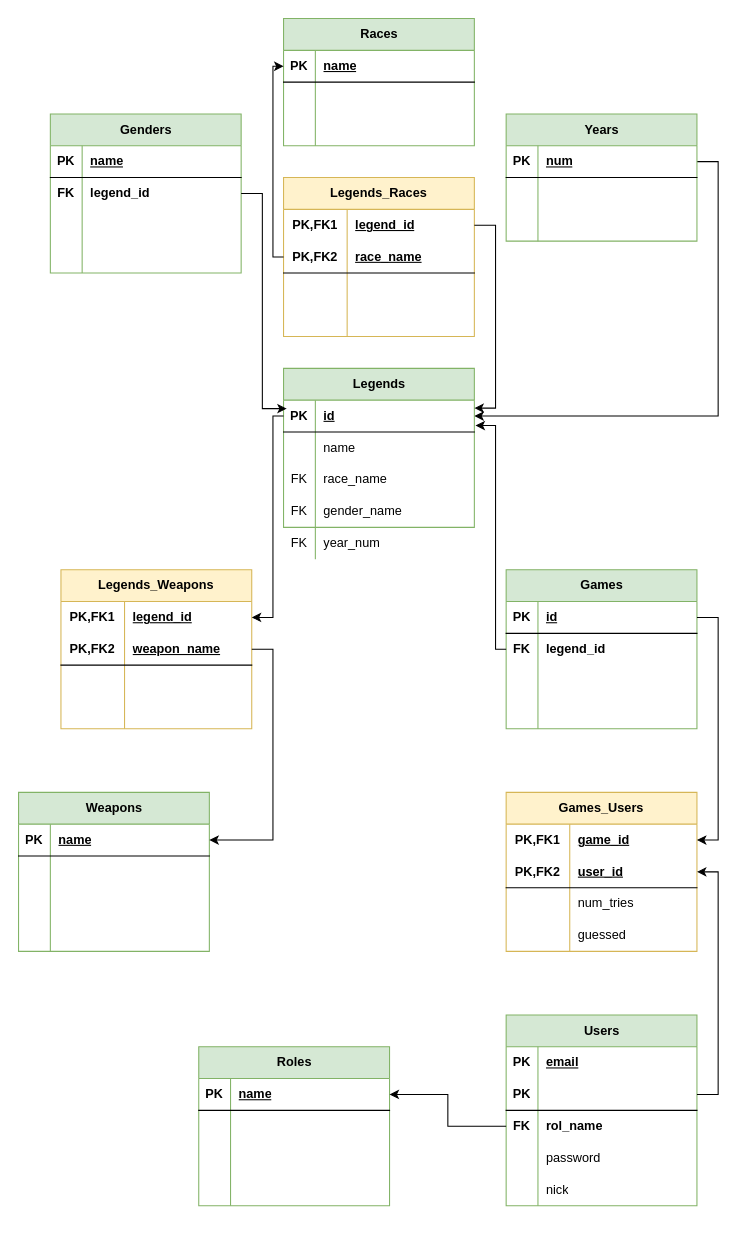
The draw.io diagram SQL/Diagram/Relational-Model.drawio in Angel-L-G/Brawdle, before the edit. Source tidied: cells renumbered, new cells numbered last; positions are measured from the earlier drawing's top-left corner, leaving out a move shared by most shapes. Both pictures are drawn from the tidied source at 106%, with x=0, y=0 at pixel (18, 18).
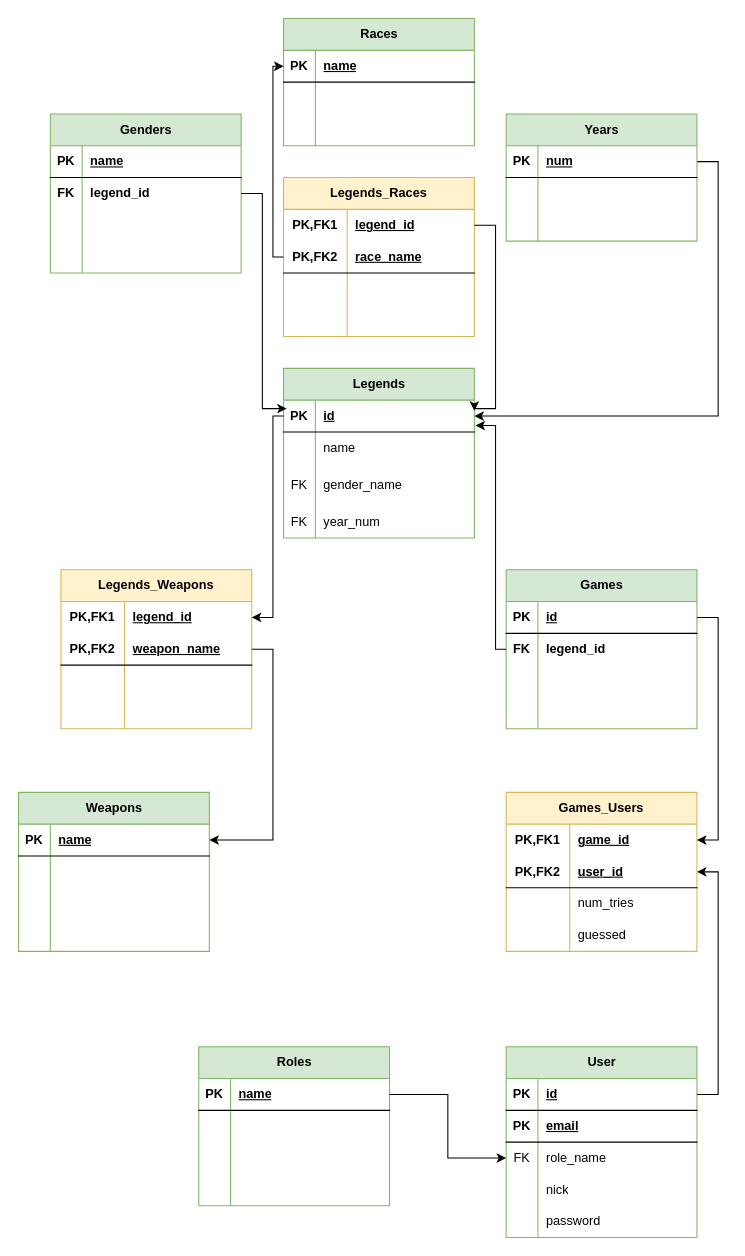
Above is the later version.

Commit message:
fix: fixed something weird that was happening to the diagram #4

Unchanged cells that the change refers to:
```xml
<mxCell id="98" style="shape=tableRow;horizontal=0;startSize=0;swimlaneHead=0;swimlaneBody=0;fillColor=none;points=[[0,0.5],[1,0.5]];portConstraint=eastwest;top=0;left=0;right=0;bottom=1;html=1;" parent="94" vertex="1">
  <mxGeometry y="60" width="180" height="30" as="geometry" />
</mxCell>
<mxCell id="125" style="shape=tableRow;horizontal=0;startSize=0;swimlaneHead=0;swimlaneBody=0;fillColor=none;points=[[0,0.5],[1,0.5]];portConstraint=eastwest;top=0;left=0;right=0;bottom=1;" parent="124" vertex="1">
  <mxGeometry y="30" width="180" height="30" as="geometry" />
</mxCell>
```

What changed in the source:
```diff
@@
     <mxCell id="49" value="Legends" style="shape=table;startSize=30;childLayout=tableLayout;rowLines=0;fontStyle=1;align=center;html=1;fillColor=#d5e8d4;strokeColor=#82b366;" parent="1" vertex="1">
-      <mxGeometry x="250" y="330" width="180" height="150" as="geometry" />
+      <mxGeometry x="250" y="330" width="180" height="160" as="geometry" />
     </mxCell>
@@
-    <mxCell id="56" style="shape=tableRow;horizontal=0;startSize=0;swimlaneHead=0;swimlaneBody=0;fillColor=none;top=0;left=0;right=0;bottom=0;" parent="49" vertex="1">
-      <mxGeometry y="90" width="180" height="30" as="geometry" />
-    </mxCell>
-    <mxCell id="57" value="FK" style="shape=partialRectangle;fillColor=none;top=0;left=0;bottom=0;right=0;overflow=hidden;whiteSpace=wrap;html=1;" parent="56" vertex="1">
-      <mxGeometry width="30" height="30" as="geometry" />
-    </mxCell>
-    <mxCell id="58" value="race_name" style="shape=partialRectangle;fillColor=none;top=0;left=0;bottom=0;right=0;align=left;spacingLeft=6;overflow=hidden;whiteSpace=wrap;html=1;" parent="56" vertex="1">
-      <mxGeometry x="30" width="150" height="30" as="geometry" />
-    </mxCell>
     <mxCell id="59" style="shape=tableRow;horizontal=0;startSize=0;swimlaneHead=0;swimlaneBody=0;fillColor=none;top=0;left=0;right=0;bottom=0;" parent="49" vertex="1">
-      <mxGeometry y="120" width="180" height="30" as="geometry" />
+      <mxGeometry y="90" width="180" height="40" as="geometry" />
     </mxCell>
     <mxCell id="60" value="FK" style="shape=partialRectangle;fillColor=none;top=0;left=0;bottom=0;right=0;overflow=hidden;whiteSpace=wrap;html=1;" parent="59" vertex="1">
-      <mxGeometry width="30" height="30" as="geometry" />
+      <mxGeometry width="30" height="40" as="geometry" />
     </mxCell>
     <mxCell id="61" value="gender_name" style="shape=partialRectangle;fillColor=none;top=0;left=0;bottom=0;right=0;align=left;spacingLeft=6;overflow=hidden;whiteSpace=wrap;html=1;" parent="59" vertex="1">
-      <mxGeometry x="30" width="150" height="30" as="geometry" />
+      <mxGeometry x="30" width="150" height="40" as="geometry" />
     </mxCell>
     <mxCell id="62" style="shape=tableRow;horizontal=0;startSize=0;swimlaneHead=0;swimlaneBody=0;fillColor=none;top=0;left=0;right=0;bottom=0;" parent="49" vertex="1">
-      <mxGeometry y="150" width="180" height="30" as="geometry" />
+      <mxGeometry y="130" width="180" height="30" as="geometry" />
     </mxCell>
@@
-    <mxCell id="108" value="Users" style="shape=table;startSize=30;childLayout=tableLayout;rowLines=0;fontStyle=1;align=center;html=1;fillColor=#d5e8d4;strokeColor=#82b366;" parent="1" vertex="1">
-      <mxGeometry x="460" y="940" width="180" height="180" as="geometry" />
-    </mxCell>
-    <mxCell id="109" style="shape=tableRow;horizontal=0;startSize=0;swimlaneHead=0;swimlaneBody=0;fillColor=none;top=0;left=0;right=0;bottom=0;" parent="108" vertex="1">
-      <mxGeometry y="30" width="180" height="30" as="geometry" />
-    </mxCell>
-    <mxCell id="110" value="&lt;b&gt;PK&lt;/b&gt;" style="shape=partialRectangle;fillColor=none;top=0;left=0;bottom=0;right=0;overflow=hidden;whiteSpace=wrap;html=1;" parent="109" vertex="1">
-      <mxGeometry width="30" height="30" as="geometry" />
-    </mxCell>
-    <mxCell id="111" value="&lt;b&gt;&lt;u&gt;email&lt;/u&gt;&lt;/b&gt;" style="shape=partialRectangle;fillColor=none;top=0;left=0;bottom=0;right=0;align=left;spacingLeft=6;overflow=hidden;whiteSpace=wrap;html=1;" parent="109" vertex="1">
-      <mxGeometry x="30" width="150" height="30" as="geometry" />
-    </mxCell>
-    <mxCell id="112" style="shape=tableRow;horizontal=0;startSize=0;swimlaneHead=0;swimlaneBody=0;fillColor=none;points=[[0,0.5],[1,0.5]];portConstraint=eastwest;top=0;left=0;right=0;bottom=1;" parent="108" vertex="1">
-      <mxGeometry y="60" width="180" height="30" as="geometry" />
-    </mxCell>
-    <mxCell id="113" value="PK" style="shape=partialRectangle;fillColor=none;top=0;left=0;bottom=0;right=0;fontStyle=1;overflow=hidden;whiteSpace=wrap;html=1;" parent="112" vertex="1">
-      <mxGeometry width="30" height="30" as="geometry" />
-    </mxCell>
-    <mxCell id="114" style="shape=tableRow;horizontal=0;startSize=0;swimlaneHead=0;swimlaneBody=0;fillColor=none;points=[[0,0.5],[1,0.5]];portConstraint=eastwest;top=0;left=0;right=0;bottom=0;" parent="108" vertex="1">
-      <mxGeometry y="90" width="180" height="30" as="geometry" />
-    </mxCell>
-    <mxCell id="115" value="&lt;b&gt;FK&lt;/b&gt;" style="shape=partialRectangle;fillColor=none;top=0;left=0;bottom=0;right=0;overflow=hidden;whiteSpace=wrap;html=1;" parent="114" vertex="1">
-      <mxGeometry width="30" height="30" as="geometry" />
-    </mxCell>
-    <mxCell id="116" value="&lt;b&gt;rol_name&lt;/b&gt;" style="shape=partialRectangle;fillColor=none;top=0;left=0;bottom=0;right=0;align=left;spacingLeft=6;overflow=hidden;whiteSpace=wrap;html=1;" parent="114" vertex="1">
-      <mxGeometry x="30" width="150" height="30" as="geometry" />
-    </mxCell>
-    <mxCell id="117" style="shape=tableRow;horizontal=0;startSize=0;swimlaneHead=0;swimlaneBody=0;fillColor=none;top=0;left=0;right=0;bottom=0;" parent="108" vertex="1">
-      <mxGeometry y="120" width="180" height="30" as="geometry" />
-    </mxCell>
-    <mxCell id="118" style="shape=partialRectangle;fillColor=none;top=0;left=0;bottom=0;right=0;overflow=hidden;whiteSpace=wrap;html=1;" parent="117" vertex="1">
-      <mxGeometry width="30" height="30" as="geometry" />
-    </mxCell>
-    <mxCell id="119" value="password" style="shape=partialRectangle;fillColor=none;top=0;left=0;bottom=0;right=0;align=left;spacingLeft=6;overflow=hidden;whiteSpace=wrap;html=1;" parent="117" vertex="1">
-      <mxGeometry x="30" width="150" height="30" as="geometry" />
-    </mxCell>
-    <mxCell id="120" style="shape=tableRow;horizontal=0;startSize=0;swimlaneHead=0;swimlaneBody=0;fillColor=none;top=0;left=0;right=0;bottom=0;" parent="108" vertex="1">
-      <mxGeometry y="150" width="180" height="30" as="geometry" />
-    </mxCell>
-    <mxCell id="121" style="shape=partialRectangle;fillColor=none;top=0;left=0;bottom=0;right=0;overflow=hidden;whiteSpace=wrap;html=1;" parent="120" vertex="1">
-      <mxGeometry width="30" height="30" as="geometry" />
-    </mxCell>
-    <mxCell id="122" value="nick" style="shape=partialRectangle;fillColor=none;top=0;left=0;bottom=0;right=0;align=left;spacingLeft=6;overflow=hidden;whiteSpace=wrap;html=1;" parent="120" vertex="1">
-      <mxGeometry x="30" width="150" height="30" as="geometry" />
-    </mxCell>
-    <mxCell id="123" style="edgeStyle=orthogonalEdgeStyle;rounded=0;jettySize=auto;html=1;entryX=1;entryY=0.5;entryDx=0;entryDy=0;exitX=1;exitY=0.5;exitDx=0;exitDy=0;" parent="1" edge="1" source="112" target="98">
-      <mxGeometry relative="1" as="geometry" />
-    </mxCell>
@@
-    <mxCell id="137" style="edgeStyle=orthogonalEdgeStyle;rounded=0;jettySize=auto;html=1;" parent="1" edge="1" source="114" target="125">
-      <mxGeometry relative="1" as="geometry" />
-    </mxCell>
@@
+    <mxCell id="154" value="User" style="shape=table;startSize=30;childLayout=tableLayout;rowLines=0;fontStyle=1;align=center;html=1;fillColor=#d5e8d4;strokeColor=#82b366;" parent="1" vertex="1">
+      <mxGeometry x="460" y="970" width="180" height="180" as="geometry" />
+    </mxCell>
+    <mxCell id="155" style="shape=tableRow;horizontal=0;startSize=0;swimlaneHead=0;swimlaneBody=0;fillColor=none;points=[[0,0.5],[1,0.5]];portConstraint=eastwest;top=0;left=0;right=0;bottom=1;" parent="154" vertex="1">
+      <mxGeometry y="30" width="180" height="30" as="geometry" />
+    </mxCell>
+    <mxCell id="156" value="PK" style="shape=partialRectangle;fillColor=none;top=0;left=0;bottom=0;right=0;fontStyle=1;overflow=hidden;whiteSpace=wrap;html=1;" parent="155" vertex="1">
+      <mxGeometry width="30" height="30" as="geometry" />
+    </mxCell>
+    <mxCell id="157" value="id" style="shape=partialRectangle;fillColor=none;top=0;left=0;bottom=0;right=0;align=left;spacingLeft=6;fontStyle=5;overflow=hidden;whiteSpace=wrap;html=1;" parent="155" vertex="1">
+      <mxGeometry x="30" width="150" height="30" as="geometry" />
+    </mxCell>
+    <mxCell id="112" style="shape=tableRow;horizontal=0;startSize=0;swimlaneHead=0;swimlaneBody=0;fillColor=none;points=[[0,0.5],[1,0.5]];portConstraint=eastwest;top=0;left=0;right=0;bottom=1;" parent="154" vertex="1">
+      <mxGeometry y="60" width="180" height="30" as="geometry" />
+    </mxCell>
+    <mxCell id="158" value="PK" style="shape=partialRectangle;fillColor=none;top=0;left=0;bottom=0;right=0;fontStyle=1;overflow=hidden;whiteSpace=wrap;html=1;" parent="112" vertex="1">
+      <mxGeometry width="30" height="30" as="geometry" />
+    </mxCell>
+    <mxCell id="111" value="email" style="shape=partialRectangle;fillColor=none;top=0;left=0;bottom=0;right=0;align=left;spacingLeft=6;fontStyle=5;overflow=hidden;whiteSpace=wrap;html=1;" parent="112" vertex="1">
+      <mxGeometry x="30" width="150" height="30" as="geometry" />
+    </mxCell>
+    <mxCell id="159" style="shape=tableRow;horizontal=0;startSize=0;swimlaneHead=0;swimlaneBody=0;fillColor=none;points=[[0,0.5],[1,0.5]];portConstraint=eastwest;top=0;left=0;right=0;bottom=0;" parent="154" vertex="1">
+      <mxGeometry y="90" width="180" height="30" as="geometry" />
+    </mxCell>
+    <mxCell id="57" value="FK" style="shape=partialRectangle;fillColor=none;top=0;left=0;bottom=0;right=0;overflow=hidden;whiteSpace=wrap;html=1;" parent="159" vertex="1">
+      <mxGeometry width="30" height="30" as="geometry" />
+    </mxCell>
+    <mxCell id="160" value="role_name" style="shape=partialRectangle;fillColor=none;top=0;left=0;bottom=0;right=0;align=left;spacingLeft=6;overflow=hidden;whiteSpace=wrap;html=1;" parent="159" vertex="1">
+      <mxGeometry x="30" width="150" height="30" as="geometry" />
+    </mxCell>
+    <mxCell id="117" style="shape=tableRow;horizontal=0;startSize=0;swimlaneHead=0;swimlaneBody=0;fillColor=none;top=0;left=0;right=0;bottom=0;" parent="154" vertex="1">
+      <mxGeometry y="120" width="180" height="30" as="geometry" />
+    </mxCell>
+    <mxCell id="161" style="shape=partialRectangle;fillColor=none;top=0;left=0;bottom=0;right=0;overflow=hidden;whiteSpace=wrap;html=1;" parent="117" vertex="1">
+      <mxGeometry width="30" height="30" as="geometry" />
+    </mxCell>
+    <mxCell id="122" value="nick" style="shape=partialRectangle;fillColor=none;top=0;left=0;bottom=0;right=0;align=left;spacingLeft=6;overflow=hidden;whiteSpace=wrap;html=1;" parent="117" vertex="1">
+      <mxGeometry x="30" width="150" height="30" as="geometry" />
+    </mxCell>
+    <mxCell id="120" style="shape=tableRow;horizontal=0;startSize=0;swimlaneHead=0;swimlaneBody=0;fillColor=none;top=0;left=0;right=0;bottom=0;" parent="154" vertex="1">
+      <mxGeometry y="150" width="180" height="30" as="geometry" />
+    </mxCell>
+    <mxCell id="162" style="shape=partialRectangle;fillColor=none;top=0;left=0;bottom=0;right=0;overflow=hidden;whiteSpace=wrap;html=1;" parent="120" vertex="1">
+      <mxGeometry width="30" height="30" as="geometry" />
+    </mxCell>
+    <mxCell id="119" value="password" style="shape=partialRectangle;fillColor=none;top=0;left=0;bottom=0;right=0;align=left;spacingLeft=6;overflow=hidden;whiteSpace=wrap;html=1;" parent="120" vertex="1">
+      <mxGeometry x="30" width="150" height="30" as="geometry" />
+    </mxCell>
+    <mxCell id="163" style="edgeStyle=orthogonalEdgeStyle;rounded=0;jettySize=auto;html=1;entryX=0;entryY=0.5;entryDx=0;entryDy=0;" parent="1" edge="1" source="125" target="159">
+      <mxGeometry relative="1" as="geometry" />
+    </mxCell>
+    <mxCell id="164" style="edgeStyle=orthogonalEdgeStyle;rounded=0;jettySize=auto;html=1;entryX=1;entryY=0.5;entryDx=0;entryDy=0;" parent="1" edge="1" source="155" target="98">
+      <mxGeometry relative="1" as="geometry">
+        <Array as="points">
+          <mxPoint x="660" y="1015" />
+          <mxPoint x="660" y="805" />
+        </Array>
+      </mxGeometry>
+    </mxCell>
```
